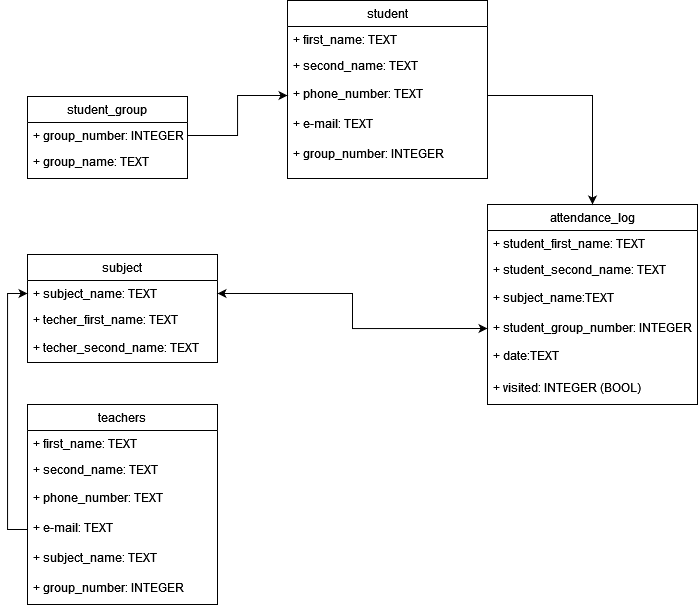
This is Диаграмма без названия.drawio.png from Xenely14/DB-diag, a draw.io export, as it was before one commit. Source tidied: cells renumbered, new cells last; positions are measured from the earlier drawing's top-left corner, leaving out a move shared by most shapes.
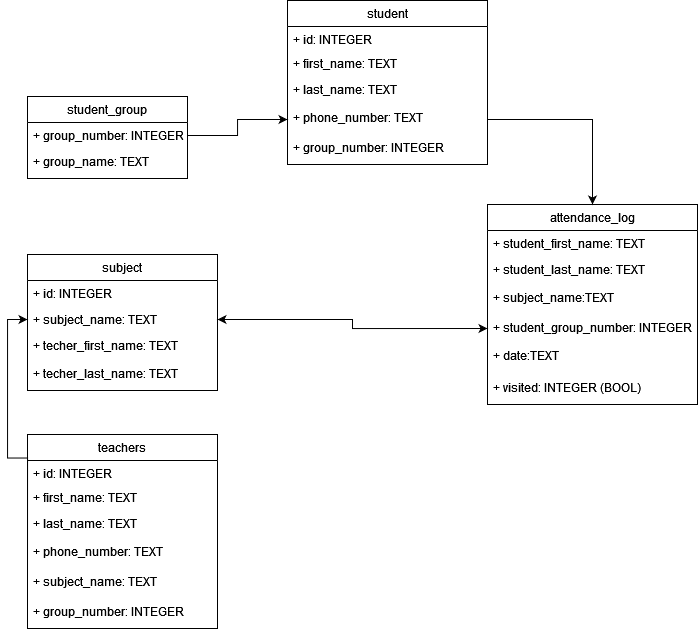
After the commit.

Diff of the diagram source:
```diff
@@ -12,58 +12,61 @@
       <mxGeometry y="52" width="160" height="30" as="geometry" />
     </mxCell>
     <mxCell id="5" value="student" style="swimlane;fontStyle=0;horizontal=1;startSize=26;fillColor=none;" parent="1" vertex="1">
-      <mxGeometry x="260" width="200" height="178" as="geometry" />
+      <mxGeometry x="260" width="200" height="164" as="geometry" />
     </mxCell>
+    <mxCell id="10" value="+ id: INTEGER&#10;" style="text;strokeColor=none;fillColor=none;align=left;verticalAlign=top;spacingLeft=4;spacingRight=4;overflow=hidden;" parent="5" vertex="1">
+      <mxGeometry y="26" width="200" height="24" as="geometry" />
+    </mxCell>
     <mxCell id="6" value="+ first_name: TEXT" style="text;strokeColor=none;fillColor=none;align=left;verticalAlign=top;spacingLeft=4;spacingRight=4;overflow=hidden;" parent="5" vertex="1">
-      <mxGeometry y="26" width="200" height="26" as="geometry" />
+      <mxGeometry y="50" width="200" height="26" as="geometry" />
     </mxCell>
-    <mxCell id="7" value="+ second_name: TEXT " style="text;strokeColor=none;fillColor=none;align=left;verticalAlign=top;spacingLeft=4;spacingRight=4;overflow=hidden;" parent="5" vertex="1">
-      <mxGeometry y="52" width="200" height="28" as="geometry" />
+    <mxCell id="7" value="+ last_name: TEXT " style="text;strokeColor=none;fillColor=none;align=left;verticalAlign=top;spacingLeft=4;spacingRight=4;overflow=hidden;" parent="5" vertex="1">
+      <mxGeometry y="76" width="200" height="28" as="geometry" />
     </mxCell>
     <mxCell id="8" value="+ phone_number: TEXT " style="text;strokeColor=none;fillColor=none;align=left;verticalAlign=top;spacingLeft=4;spacingRight=4;overflow=hidden;points=[[0,0.5],[1,0.5]];portConstraint=eastwest;" parent="5" vertex="1">
-      <mxGeometry y="80" width="200" height="30" as="geometry" />
+      <mxGeometry y="104" width="200" height="30" as="geometry" />
     </mxCell>
-    <mxCell id="9" value="+ e-mail: TEXT " style="text;strokeColor=none;fillColor=none;align=left;verticalAlign=top;spacingLeft=4;spacingRight=4;overflow=hidden;" parent="5" vertex="1">
-      <mxGeometry y="110" width="200" height="30" as="geometry" />
-    </mxCell>
-    <mxCell id="10" value="+ group_number: INTEGER&#10;" style="text;strokeColor=none;fillColor=none;align=left;verticalAlign=top;spacingLeft=4;spacingRight=4;overflow=hidden;" parent="5" vertex="1">
-      <mxGeometry y="140" width="200" height="38" as="geometry" />
-    </mxCell>
+    <mxCell id="33" value="+ group_number: INTEGER&#10;" style="text;strokeColor=none;fillColor=none;align=left;verticalAlign=top;spacingLeft=4;spacingRight=4;overflow=hidden;" parent="5" vertex="1">
+      <mxGeometry y="134" width="200" height="30" as="geometry" />
+    </mxCell>
     <mxCell id="11" style="edgeStyle=orthogonalEdgeStyle;rounded=0;jettySize=auto;html=1;" parent="1" edge="1" source="3" target="8">
       <mxGeometry relative="1" as="geometry" />
     </mxCell>
     <mxCell id="12" value="teachers" style="swimlane;fontStyle=0;horizontal=1;startSize=26;fillColor=none;" parent="1" vertex="1">
-      <mxGeometry y="404" width="190" height="200" as="geometry" />
+      <mxGeometry y="434" width="190" height="194" as="geometry" />
     </mxCell>
+    <mxCell id="34" value="+ id: INTEGER&#10;" style="text;strokeColor=none;fillColor=none;align=left;verticalAlign=top;spacingLeft=4;spacingRight=4;overflow=hidden;" parent="12" vertex="1">
+      <mxGeometry y="26" width="190" height="24" as="geometry" />
+    </mxCell>
     <mxCell id="13" value="+ first_name: TEXT " style="text;strokeColor=none;fillColor=none;align=left;verticalAlign=top;spacingLeft=4;spacingRight=4;overflow=hidden;" parent="12" vertex="1">
-      <mxGeometry y="26" width="190" height="26" as="geometry" />
+      <mxGeometry y="50" width="190" height="26" as="geometry" />
     </mxCell>
-    <mxCell id="14" value="+ second_name: TEXT &#10;&#10;" style="text;strokeColor=none;fillColor=none;align=left;verticalAlign=top;spacingLeft=4;spacingRight=4;overflow=hidden;" parent="12" vertex="1">
-      <mxGeometry y="52" width="190" height="28" as="geometry" />
+    <mxCell id="14" value="+ last_name: TEXT &#10;&#10;" style="text;strokeColor=none;fillColor=none;align=left;verticalAlign=top;spacingLeft=4;spacingRight=4;overflow=hidden;" parent="12" vertex="1">
+      <mxGeometry y="76" width="190" height="28" as="geometry" />
     </mxCell>
     <mxCell id="15" value="+ phone_number: TEXT &#10;&#10;" style="text;strokeColor=none;fillColor=none;align=left;verticalAlign=top;spacingLeft=4;spacingRight=4;overflow=hidden;" parent="12" vertex="1">
-      <mxGeometry y="80" width="190" height="30" as="geometry" />
+      <mxGeometry y="104" width="190" height="30" as="geometry" />
     </mxCell>
-    <mxCell id="16" value="+ e-mail: TEXT " style="text;strokeColor=none;fillColor=none;align=left;verticalAlign=top;spacingLeft=4;spacingRight=4;overflow=hidden;points=[[0,0.5],[1,0.5]];portConstraint=eastwest;" parent="12" vertex="1">
-      <mxGeometry y="110" width="190" height="30" as="geometry" />
-    </mxCell>
     <mxCell id="17" value="+ subject_name: TEXT&#10; " style="text;strokeColor=none;fillColor=none;align=left;verticalAlign=top;spacingLeft=4;spacingRight=4;overflow=hidden;" parent="12" vertex="1">
-      <mxGeometry y="140" width="190" height="30" as="geometry" />
+      <mxGeometry y="134" width="190" height="30" as="geometry" />
     </mxCell>
     <mxCell id="18" value="+ group_number: INTEGER&#10;" style="text;strokeColor=none;fillColor=none;align=left;verticalAlign=top;spacingLeft=4;spacingRight=4;overflow=hidden;" parent="12" vertex="1">
-      <mxGeometry y="170" width="190" height="30" as="geometry" />
+      <mxGeometry y="164" width="190" height="30" as="geometry" />
     </mxCell>
     <mxCell id="19" value="subject" style="swimlane;fontStyle=0;horizontal=1;startSize=26;fillColor=none;" parent="1" vertex="1">
-      <mxGeometry y="254" width="190" height="108" as="geometry" />
+      <mxGeometry y="254" width="190" height="136" as="geometry" />
     </mxCell>
+    <mxCell id="35" value="+ id: INTEGER " style="text;strokeColor=none;fillColor=none;align=left;verticalAlign=top;spacingLeft=4;spacingRight=4;overflow=hidden;" parent="19" vertex="1">
+      <mxGeometry y="26" width="190" height="26" as="geometry" />
+    </mxCell>
     <mxCell id="20" value="+ subject_name: TEXT " style="text;strokeColor=none;fillColor=none;align=left;verticalAlign=top;spacingLeft=4;spacingRight=4;overflow=hidden;points=[[0,0.5],[1,0.5]];portConstraint=eastwest;" parent="19" vertex="1">
-      <mxGeometry y="26" width="190" height="26" as="geometry" />
+      <mxGeometry y="52" width="190" height="26" as="geometry" />
     </mxCell>
     <mxCell id="21" value="+ techer_first_name: TEXT &#10;&#10;" style="text;strokeColor=none;fillColor=none;align=left;verticalAlign=top;spacingLeft=4;spacingRight=4;overflow=hidden;" parent="19" vertex="1">
-      <mxGeometry y="52" width="190" height="28" as="geometry" />
+      <mxGeometry y="78" width="190" height="28" as="geometry" />
     </mxCell>
-    <mxCell id="22" value="+ techer_second_name: TEXT &#10;&#10;" style="text;strokeColor=none;fillColor=none;align=left;verticalAlign=top;spacingLeft=4;spacingRight=4;overflow=hidden;" parent="19" vertex="1">
-      <mxGeometry y="80" width="190" height="28" as="geometry" />
+    <mxCell id="22" value="+ techer_last_name: TEXT &#10;&#10;" style="text;strokeColor=none;fillColor=none;align=left;verticalAlign=top;spacingLeft=4;spacingRight=4;overflow=hidden;" parent="19" vertex="1">
+      <mxGeometry y="106" width="190" height="30" as="geometry" />
     </mxCell>
     <mxCell id="23" value="attendance_log" style="swimlane;fontStyle=0;horizontal=1;startSize=26;fillColor=none;" parent="1" vertex="1">
       <mxGeometry x="460" y="204" width="210" height="200" as="geometry" />
@@ -71,7 +74,7 @@
     <mxCell id="24" value="+ student_first_name: TEXT " style="text;strokeColor=none;fillColor=none;align=left;verticalAlign=top;spacingLeft=4;spacingRight=4;overflow=hidden;" parent="23" vertex="1">
       <mxGeometry y="26" width="210" height="26" as="geometry" />
     </mxCell>
-    <mxCell id="25" value="+ student_second_name: TEXT &#10;&#10;" style="text;strokeColor=none;fillColor=none;align=left;verticalAlign=top;spacingLeft=4;spacingRight=4;overflow=hidden;" parent="23" vertex="1">
+    <mxCell id="25" value="+ student_last_name: TEXT &#10;&#10;" style="text;strokeColor=none;fillColor=none;align=left;verticalAlign=top;spacingLeft=4;spacingRight=4;overflow=hidden;" parent="23" vertex="1">
       <mxGeometry y="52" width="210" height="28" as="geometry" />
     </mxCell>
     <mxCell id="26" value="+ subject_name:TEXT&#10;&#10;" style="text;strokeColor=none;fillColor=none;align=left;verticalAlign=top;spacingLeft=4;spacingRight=4;overflow=hidden;" parent="23" vertex="1">
@@ -92,8 +95,10 @@
     <mxCell id="31" style="edgeStyle=orthogonalEdgeStyle;rounded=0;jettySize=auto;html=1;exitX=1;exitY=0.5;exitDx=0;exitDy=0;entryX=0.5;entryY=0;entryDx=0;entryDy=0;" parent="1" edge="1" source="8" target="23">
       <mxGeometry relative="1" as="geometry" />
     </mxCell>
-    <mxCell id="32" style="edgeStyle=orthogonalEdgeStyle;rounded=0;jettySize=auto;html=1;entryX=0;entryY=0.5;entryDx=0;entryDy=0;" parent="1" edge="1" source="16" target="20">
-      <mxGeometry relative="1" as="geometry" />
+    <mxCell id="32" style="edgeStyle=orthogonalEdgeStyle;rounded=0;jettySize=auto;html=1;entryX=0;entryY=0.5;entryDx=0;entryDy=0;" parent="1" edge="1" target="20">
+      <mxGeometry relative="1" as="geometry">
+        <mxPoint y="583" as="sourcePoint" />
+      </mxGeometry>
     </mxCell>
   </root>
 </mxGraphModel>
```
